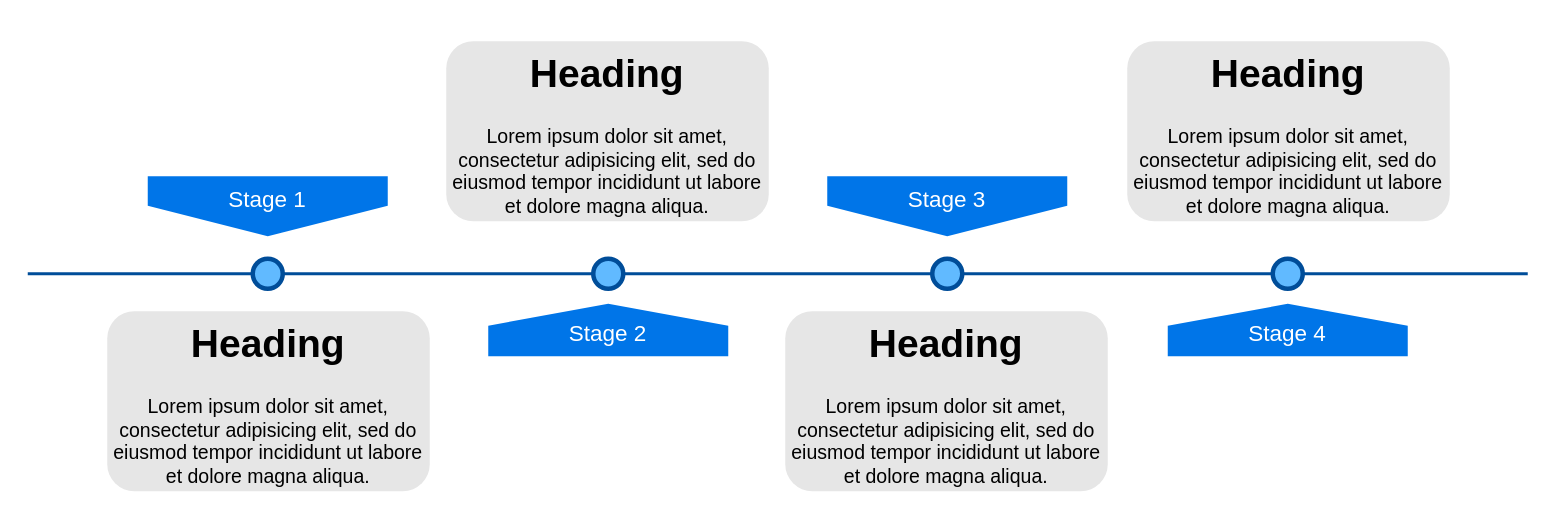
Above: Bab1 History of ERP.drawio in ariesharry/S-ERP (draw.io), before the change. Source tidied: cells renumbered, new cells numbered last; positions are measured from the earlier drawing's top-left corner, leaving out a move shared by most shapes. Both pictures are drawn from the tidied source at 150%, with x=0, y=0 at pixel (27, 40).
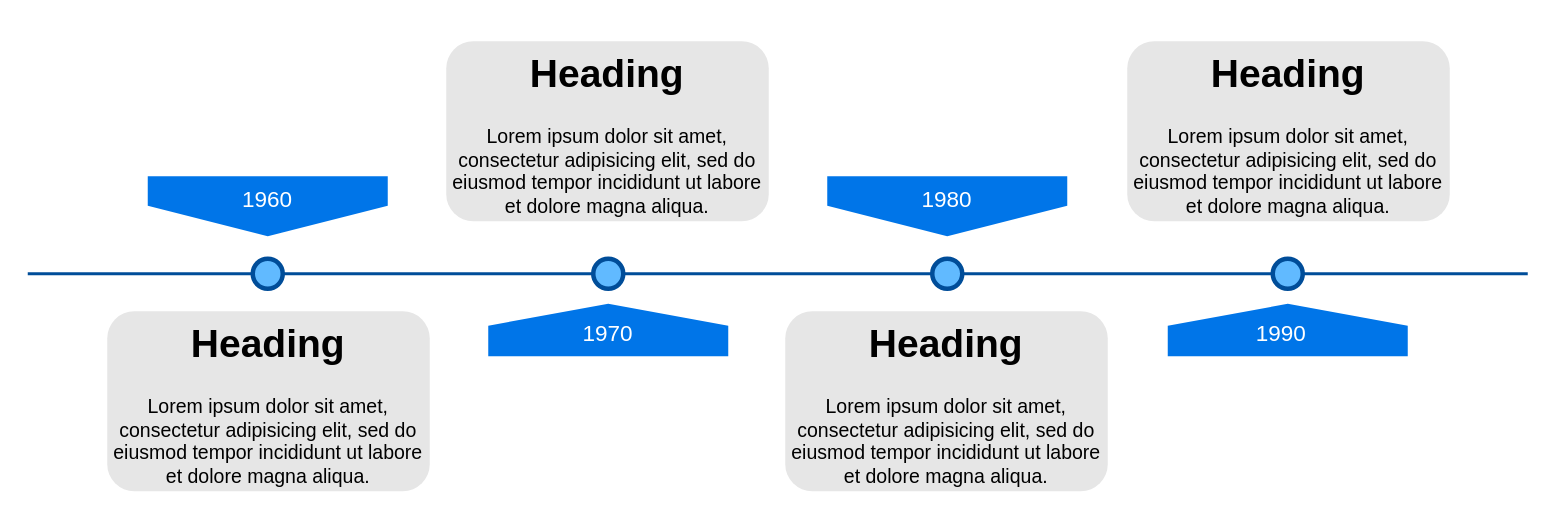
Above is the later version.

Diff of the diagram source:
```diff
@@
 <mxGraphModel>
   <root>
     <mxCell id="0" />
     <mxCell id="1" parent="0" />
     <mxCell id="2" style="line;strokeWidth=2;html=1;fillColor=none;fontSize=28;fontColor=#004D99;strokeColor=#004D99;" parent="1" vertex="1">
       <mxGeometry y="150" width="1000" height="10" as="geometry" />
     </mxCell>
-    <mxCell id="3" value="Stage 1" style="shape=offPageConnector;whiteSpace=wrap;html=1;fillColor=#0075E8;fontSize=15;fontColor=#FFFFFF;size=0.5093750000000015;verticalAlign=top;strokeColor=none;" parent="1" vertex="1">
+    <mxCell id="3" value="1960" style="shape=offPageConnector;whiteSpace=wrap;html=1;fillColor=#0075E8;fontSize=15;fontColor=#FFFFFF;size=0.5093750000000015;verticalAlign=top;strokeColor=none;" parent="1" vertex="1">
       <mxGeometry x="80" y="90" width="160" height="40" as="geometry" />
     </mxCell>
-    <mxCell id="4" value="&lt;span&gt;Stage 3&lt;/span&gt;" style="shape=offPageConnector;whiteSpace=wrap;html=1;fillColor=#0075E8;fontSize=15;fontColor=#FFFFFF;size=0.5093750000000015;verticalAlign=top;strokeColor=none;" parent="1" vertex="1">
+    <mxCell id="4" value="&lt;span&gt;1980&lt;/span&gt;" style="shape=offPageConnector;whiteSpace=wrap;html=1;fillColor=#0075E8;fontSize=15;fontColor=#FFFFFF;size=0.5093750000000015;verticalAlign=top;strokeColor=none;" parent="1" vertex="1">
       <mxGeometry x="533" y="90" width="160" height="40" as="geometry" />
     </mxCell>
-    <mxCell id="5" value="&lt;span&gt;Stage 2&lt;/span&gt;" style="shape=offPageConnector;whiteSpace=wrap;html=1;fillColor=#0075E8;fontSize=15;fontColor=#FFFFFF;size=0.4178571428571445;flipV=1;verticalAlign=bottom;strokeColor=none;spacingBottom=4;" parent="1" vertex="1">
+    <mxCell id="5" value="&lt;span&gt;1970&lt;/span&gt;" style="shape=offPageConnector;whiteSpace=wrap;html=1;fillColor=#0075E8;fontSize=15;fontColor=#FFFFFF;size=0.4178571428571445;flipV=1;verticalAlign=bottom;strokeColor=none;spacingBottom=4;" parent="1" vertex="1">
       <mxGeometry x="307" y="175" width="160" height="35" as="geometry" />
     </mxCell>
-    <mxCell id="6" value="&lt;span&gt;Stage 4&lt;/span&gt;" style="shape=offPageConnector;whiteSpace=wrap;html=1;fillColor=#0075E8;fontSize=15;fontColor=#FFFFFF;size=0.4178571428571445;flipV=1;verticalAlign=bottom;strokeColor=none;spacingBottom=4;" parent="1" vertex="1">
+    <mxCell id="6" value="&lt;span&gt;1990&amp;nbsp;&amp;nbsp;&lt;/span&gt;" style="shape=offPageConnector;whiteSpace=wrap;html=1;fillColor=#0075E8;fontSize=15;fontColor=#FFFFFF;size=0.4178571428571445;flipV=1;verticalAlign=bottom;strokeColor=none;spacingBottom=4;" parent="1" vertex="1">
       <mxGeometry x="760" y="175" width="160" height="35" as="geometry" />
     </mxCell>
     <mxCell id="7" style="ellipse;whiteSpace=wrap;html=1;fillColor=#61BAFF;fontSize=28;fontColor=#004D99;strokeWidth=3;strokeColor=#004D99;" parent="1" vertex="1">
       <mxGeometry x="150" y="145" width="20" height="20" as="geometry" />
     </mxCell>
     <mxCell id="8" style="ellipse;whiteSpace=wrap;html=1;fillColor=#61BAFF;fontSize=28;fontColor=#004D99;strokeWidth=3;strokeColor=#004D99;" parent="1" vertex="1">
       <mxGeometry x="377" y="145" width="20" height="20" as="geometry" />
     </mxCell>
     <mxCell id="9" style="ellipse;whiteSpace=wrap;html=1;fillColor=#61BAFF;fontSize=28;fontColor=#004D99;strokeWidth=3;strokeColor=#004D99;" parent="1" vertex="1">
       <mxGeometry x="603" y="145" width="20" height="20" as="geometry" />
     </mxCell>
     <mxCell id="10" style="ellipse;whiteSpace=wrap;html=1;fillColor=#61BAFF;fontSize=28;fontColor=#004D99;strokeWidth=3;strokeColor=#004D99;" parent="1" vertex="1">
       <mxGeometry x="830" y="145" width="20" height="20" as="geometry" />
     </mxCell>
     <mxCell id="11" value="&lt;h1&gt;Heading&lt;/h1&gt;&lt;p&gt;Lorem ipsum dolor sit amet, consectetur adipisicing elit, sed do eiusmod tempor incididunt ut labore et dolore magna aliqua.&lt;/p&gt;" style="text;html=1;spacing=5;spacingTop=-20;whiteSpace=wrap;overflow=hidden;strokeColor=none;strokeWidth=3;fillColor=#E6E6E6;fontSize=13;fontColor=#000000;align=center;rounded=1;" parent="1" vertex="1">
       <mxGeometry x="53" y="180" width="215" height="120" as="geometry" />
     </mxCell>
     <mxCell id="12" value="&lt;h1&gt;Heading&lt;/h1&gt;&lt;p&gt;Lorem ipsum dolor sit amet, consectetur adipisicing elit, sed do eiusmod tempor incididunt ut labore et dolore magna aliqua.&lt;/p&gt;" style="text;html=1;spacing=5;spacingTop=-20;whiteSpace=wrap;overflow=hidden;strokeColor=none;strokeWidth=3;fillColor=#E6E6E6;fontSize=13;fontColor=#000000;align=center;rounded=1;" parent="1" vertex="1">
       <mxGeometry x="279" width="215" height="120" as="geometry" />
     </mxCell>
     <mxCell id="13" value="&lt;h1&gt;Heading&lt;/h1&gt;&lt;p&gt;Lorem ipsum dolor sit amet, consectetur adipisicing elit, sed do eiusmod tempor incididunt ut labore et dolore magna aliqua.&lt;/p&gt;" style="text;html=1;spacing=5;spacingTop=-20;whiteSpace=wrap;overflow=hidden;strokeColor=none;strokeWidth=3;fillColor=#E6E6E6;fontSize=13;fontColor=#000000;align=center;rounded=1;" parent="1" vertex="1">
       <mxGeometry x="505" y="180" width="215" height="120" as="geometry" />
     </mxCell>
     <mxCell id="14" value="&lt;h1&gt;Heading&lt;/h1&gt;&lt;p&gt;Lorem ipsum dolor sit amet, consectetur adipisicing elit, sed do eiusmod tempor incididunt ut labore et dolore magna aliqua.&lt;/p&gt;" style="text;html=1;spacing=5;spacingTop=-20;whiteSpace=wrap;overflow=hidden;strokeColor=none;strokeWidth=3;fillColor=#E6E6E6;fontSize=13;fontColor=#000000;align=center;rounded=1;" parent="1" vertex="1">
       <mxGeometry x="733" width="215" height="120" as="geometry" />
     </mxCell>
   </root>
 </mxGraphModel>
```
